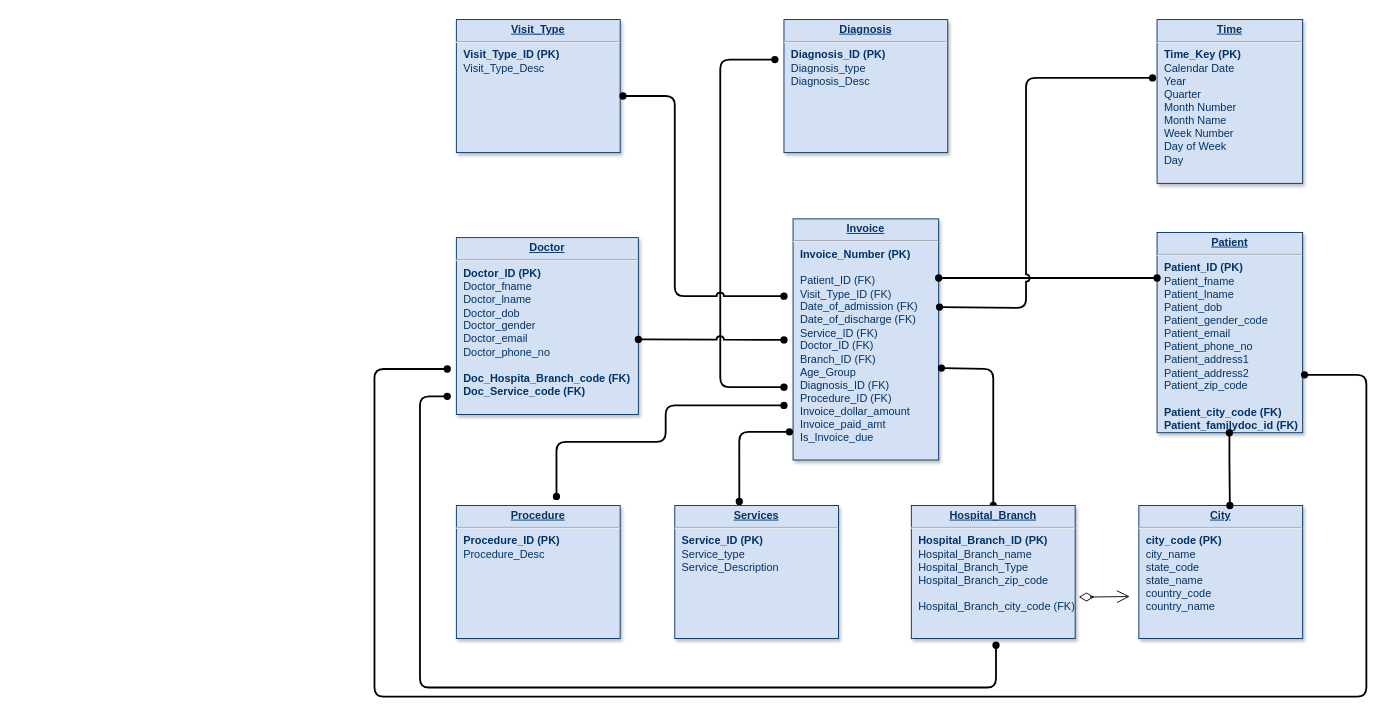
jyothsnagrace/6120 keeps this draw.io diagram as 234.drawio. Above is the earlier version. Source tidied: cells renumbered, new cells numbered last; positions are measured from the earlier drawing's top-left corner, leaving out a move shared by most shapes. Both pictures are drawn from the tidied source at 91%, with x=0, y=0 at pixel (19, 19).
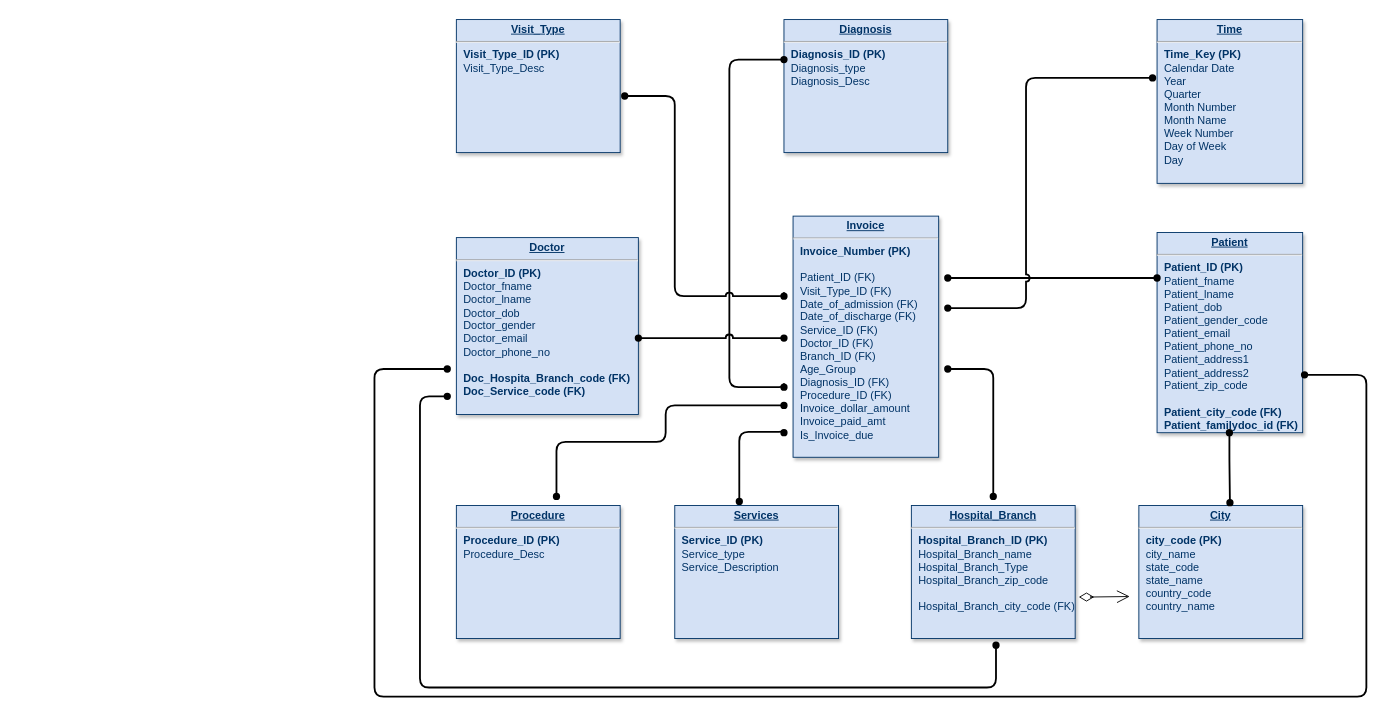
Above is the later version.

Unchanged cells that the change refers to:
```xml
<mxCell id="2" value="&lt;p style=&quot;margin: 0px; margin-top: 4px; text-align: center; text-decoration: underline;&quot;&gt;&lt;strong&gt;Time&lt;/strong&gt;&lt;/p&gt;&lt;hr&gt;&lt;p style=&quot;margin: 0px; margin-left: 8px;&quot;&gt;&lt;b&gt;Time_Key (PK)&lt;/b&gt;&lt;/p&gt;&lt;p style=&quot;border-color: var(--border-color); margin: 0px 0px 0px 8px;&quot;&gt;Calendar Date&lt;/p&gt;&lt;p style=&quot;margin: 0px; margin-left: 8px;&quot;&gt;Year&lt;/p&gt;&lt;p style=&quot;margin: 0px; margin-left: 8px;&quot;&gt;Quarter&lt;/p&gt;&lt;p style=&quot;margin: 0px; margin-left: 8px;&quot;&gt;Month Number&lt;br&gt;&lt;/p&gt;&lt;p style=&quot;margin: 0px; margin-left: 8px;&quot;&gt;Month Name&lt;/p&gt;&lt;p style=&quot;margin: 0px; margin-left: 8px;&quot;&gt;Week Number&lt;/p&gt;&lt;p style=&quot;margin: 0px; margin-left: 8px;&quot;&gt;Day of Week&lt;/p&gt;&lt;p style=&quot;margin: 0px; margin-left: 8px;&quot;&gt;Day&lt;/p&gt;&lt;p style=&quot;margin: 0px; margin-left: 8px;&quot;&gt;&lt;br&gt;&lt;span style=&quot;&quot;&gt;&amp;nbsp;&lt;/span&gt;&lt;/p&gt;" style="verticalAlign=top;align=left;overflow=fill;fontSize=12;fontFamily=Helvetica;html=1;strokeColor=#003366;shadow=1;fillColor=#D4E1F5;fontColor=#003366;" parent="1" vertex="1">
  <mxGeometry x="1250" width="160" height="180" as="geometry" />
</mxCell>
<mxCell id="8" value="&lt;p style=&quot;margin: 0px; margin-top: 4px; text-align: center; text-decoration: underline;&quot;&gt;&lt;strong&gt;Hospital_Branch&lt;/strong&gt;&lt;/p&gt;&lt;hr&gt;&lt;p style=&quot;margin: 0px; margin-left: 8px;&quot;&gt;&lt;b&gt;Hospital_Branch_ID (PK)&lt;/b&gt;&lt;/p&gt;&lt;p style=&quot;margin: 0px; margin-left: 8px;&quot;&gt;Hospital_Branch_name&lt;/p&gt;&lt;p style=&quot;margin: 0px; margin-left: 8px;&quot;&gt;Hospital_Branch_Type&lt;/p&gt;&lt;p style=&quot;border-color: var(--border-color); margin: 0px 0px 0px 8px;&quot;&gt;Hospital_Branch_zip_code&lt;br style=&quot;border-color: var(--border-color);&quot;&gt;&lt;/p&gt;&lt;p style=&quot;border-color: var(--border-color); margin: 0px 0px 0px 8px;&quot;&gt;&lt;br style=&quot;border-color: var(--border-color);&quot;&gt;&lt;/p&gt;&lt;p style=&quot;margin: 0px; margin-left: 8px;&quot;&gt;Hospital_Branch_city_code (FK)&lt;/p&gt;" style="verticalAlign=top;align=left;overflow=fill;fontSize=12;fontFamily=Helvetica;html=1;strokeColor=#003366;shadow=1;fillColor=#D4E1F5;fontColor=#003366;" parent="1" vertex="1">
  <mxGeometry x="980" y="534" width="180" height="146.2" as="geometry" />
</mxCell>
<mxCell id="10" value="&lt;p style=&quot;margin: 0px ; margin-top: 4px ; text-align: center ; text-decoration: underline&quot;&gt;&lt;strong&gt;Services&lt;/strong&gt;&lt;/p&gt;&lt;hr&gt;&lt;p style=&quot;margin: 0px ; margin-left: 8px&quot;&gt;&lt;b&gt;Service_ID (PK)&lt;/b&gt;&lt;/p&gt;&lt;p style=&quot;margin: 0px ; margin-left: 8px&quot;&gt;Service_type&lt;/p&gt;&lt;p style=&quot;margin: 0px ; margin-left: 8px&quot;&gt;Service_Description&lt;/p&gt;&lt;p style=&quot;margin: 0px ; margin-left: 8px&quot;&gt;&lt;br&gt;&lt;/p&gt;&lt;p style=&quot;margin: 0px ; margin-left: 8px&quot;&gt;&lt;br&gt;&lt;/p&gt;" style="verticalAlign=top;align=left;overflow=fill;fontSize=12;fontFamily=Helvetica;html=1;strokeColor=#003366;shadow=1;fillColor=#D4E1F5;fontColor=#003366;" parent="1" vertex="1">
  <mxGeometry x="720" y="534" width="180" height="146.2" as="geometry" />
</mxCell>
<mxCell id="13" value="&lt;p style=&quot;margin: 0px; margin-top: 4px; text-align: center; text-decoration: underline;&quot;&gt;&lt;strong&gt;City&lt;/strong&gt;&lt;/p&gt;&lt;hr&gt;&lt;p style=&quot;margin: 0px; margin-left: 8px;&quot;&gt;&lt;span style=&quot;background-color: initial;&quot;&gt;&lt;b&gt;city_code (PK)&lt;/b&gt;&lt;/span&gt;&lt;br&gt;&lt;/p&gt;&lt;p style=&quot;margin: 0px; margin-left: 8px;&quot;&gt;city_name&lt;br&gt;&lt;/p&gt;&lt;p style=&quot;margin: 0px; margin-left: 8px;&quot;&gt;state_code&lt;/p&gt;&lt;p style=&quot;margin: 0px; margin-left: 8px;&quot;&gt;state_name&lt;/p&gt;&lt;p style=&quot;margin: 0px; margin-left: 8px;&quot;&gt;country_code&lt;br&gt;&lt;/p&gt;&lt;p style=&quot;margin: 0px; margin-left: 8px;&quot;&gt;country_name&lt;/p&gt;&lt;p style=&quot;margin: 0px; margin-left: 8px;&quot;&gt;&lt;br&gt;&lt;/p&gt;&lt;p style=&quot;margin: 0px; margin-left: 8px;&quot;&gt;&lt;br&gt;&lt;span style=&quot;white-space: pre;&quot;&gt;&amp;nbsp;&lt;/span&gt;&lt;br&gt;&lt;/p&gt;" style="verticalAlign=top;align=left;overflow=fill;fontSize=12;fontFamily=Helvetica;html=1;strokeColor=#003366;shadow=1;fillColor=#D4E1F5;fontColor=#003366;" parent="1" vertex="1">
  <mxGeometry x="1230" y="534" width="180" height="146.2" as="geometry" />
</mxCell>
```

What changed in the source:
```diff
@@
     <mxCell id="3" value="&lt;p style=&quot;margin: 0px; margin-top: 4px; text-align: center; text-decoration: underline;&quot;&gt;&lt;strong&gt;Invoice&lt;/strong&gt;&lt;/p&gt;&lt;hr&gt;&lt;p style=&quot;margin: 0px; margin-left: 8px;&quot;&gt;&lt;b&gt;Invoice_Number (PK)&lt;/b&gt;&lt;/p&gt;&lt;p style=&quot;margin: 0px; margin-left: 8px;&quot;&gt;&lt;br&gt;&lt;/p&gt;&lt;p style=&quot;margin: 0px; margin-left: 8px;&quot;&gt;Patient_ID (FK)&lt;/p&gt;&lt;p style=&quot;margin: 0px; margin-left: 8px;&quot;&gt;Visit_Type_ID (FK)&lt;/p&gt;&lt;p style=&quot;margin: 0px; margin-left: 8px;&quot;&gt;Date_of_admission (FK)&lt;/p&gt;&lt;p style=&quot;margin: 0px; margin-left: 8px;&quot;&gt;Date_of_discharge (FK)&lt;/p&gt;&lt;p style=&quot;margin: 0px; margin-left: 8px;&quot;&gt;Service_ID (FK)&lt;/p&gt;&lt;p style=&quot;border-color: var(--border-color); margin: 0px 0px 0px 8px;&quot;&gt;Doctor_ID (FK)&lt;br style=&quot;border-color: var(--border-color);&quot;&gt;&lt;/p&gt;&lt;p style=&quot;border-color: var(--border-color); margin: 0px 0px 0px 8px;&quot;&gt;Branch_ID (FK)&lt;/p&gt;&lt;p style=&quot;border-color: var(--border-color); margin: 0px 0px 0px 8px;&quot;&gt;Age_Group&lt;/p&gt;&lt;p style=&quot;border-color: var(--border-color); margin: 0px 0px 0px 8px;&quot;&gt;Diagnosis_ID (FK)&lt;/p&gt;&lt;p style=&quot;border-color: var(--border-color); margin: 0px 0px 0px 8px;&quot;&gt;Procedure_ID (FK)&lt;/p&gt;&lt;p style=&quot;border-color: var(--border-color); margin: 0px 0px 0px 8px;&quot;&gt;Invoice_dollar_amount&lt;/p&gt;&lt;p style=&quot;border-color: var(--border-color); margin: 0px 0px 0px 8px;&quot;&gt;Invoice_paid_amt&lt;/p&gt;&lt;p style=&quot;border-color: var(--border-color); margin: 0px 0px 0px 8px;&quot;&gt;Is_Invoice_due&lt;/p&gt;&lt;p style=&quot;border-color: var(--border-color); margin: 0px 0px 0px 8px;&quot;&gt;&lt;br&gt;&lt;/p&gt;&lt;p style=&quot;border-color: var(--border-color); margin: 0px 0px 0px 8px;&quot;&gt;&lt;br&gt;&lt;/p&gt;&lt;p style=&quot;border-color: var(--border-color); margin: 0px 0px 0px 8px;&quot;&gt;&lt;br&gt;&lt;/p&gt;" style="verticalAlign=top;align=left;overflow=fill;fontSize=12;fontFamily=Helvetica;html=1;strokeColor=#003366;shadow=1;fillColor=#D4E1F5;fontColor=#003366;" parent="1" vertex="1">
-      <mxGeometry x="850" y="219" width="160" height="265" as="geometry" />
+      <mxGeometry x="850" y="216" width="160" height="265" as="geometry" />
     </mxCell>
@@
-    <mxCell id="7" style="edgeStyle=orthogonalEdgeStyle;rounded=1;jettySize=auto;startArrow=oval;startFill=1;curved=0;endSize=6;startSize=6;endArrow=oval;exitX=1.019;exitY=0.619;exitDx=0;exitDy=0;fontSize=11;align=center;verticalAlign=middle;fillColor=#D4E1F5;strokeColor=default;fontColor=default;labelBackgroundColor=default;shadow=0;exitPerimeter=0;strokeWidth=2;endFill=1;entryX=0.5;entryY=0;entryDx=0;entryDy=0;" parent="1" edge="1" source="3" target="8">
+    <mxCell id="7" style="edgeStyle=orthogonalEdgeStyle;rounded=1;orthogonalLoop=0;jettySize=auto;startArrow=oval;startFill=1;curved=0;endSize=6;startSize=6;endArrow=oval;fontSize=11;align=center;verticalAlign=middle;fillColor=#D4E1F5;strokeColor=default;fontColor=default;labelBackgroundColor=default;shadow=0;strokeWidth=2;endFill=1;" parent="1" edge="1">
       <mxGeometry relative="1" as="geometry">
+        <mxPoint x="1020" y="384" as="sourcePoint" />
+        <mxPoint x="1070" y="524" as="targetPoint" />
         <Array as="points">
           <mxPoint x="1070" y="384" />
         </Array>
       </mxGeometry>
     </mxCell>
@@
     <mxCell id="11" style="endArrow=oval;endSize=6;startArrow=oval;startSize=6;startFill=1;edgeStyle=orthogonalEdgeStyle;strokeWidth=2;endFill=1;fillColor=#D4E1F5;shadow=0;" parent="1" edge="1">
       <mxGeometry x="1389.4" y="130" as="geometry">
-        <mxPoint x="1010" y="284" as="sourcePoint" />
+        <mxPoint x="1020" y="284" as="sourcePoint" />
         <mxPoint x="1250" y="284" as="targetPoint" />
         <Array as="points">
-          <mxPoint x="1080" y="284" />
-          <mxPoint x="1080" y="284" />
+          <mxPoint x="1130" y="284" />
+          <mxPoint x="1130" y="284" />
         </Array>
       </mxGeometry>
     </mxCell>
@@
-    <mxCell id="16" style="endArrow=oval;endSize=6;startArrow=oval;startSize=6;startFill=1;edgeStyle=orthogonalEdgeStyle;entryX=-0.031;entryY=0.356;entryDx=0;entryDy=0;entryPerimeter=0;exitX=1.006;exitY=0.366;exitDx=0;exitDy=0;exitPerimeter=0;strokeWidth=2;endFill=1;fillColor=#D4E1F5;shadow=0;jumpStyle=arc;" parent="1" edge="1" source="3" target="2">
+    <mxCell id="16" style="endArrow=oval;endSize=6;startArrow=oval;startSize=6;startFill=1;edgeStyle=orthogonalEdgeStyle;entryX=-0.031;entryY=0.356;entryDx=0;entryDy=0;entryPerimeter=0;strokeWidth=2;endFill=1;fillColor=#D4E1F5;shadow=0;jumpStyle=arc;" parent="1" edge="1" target="2">
       <mxGeometry x="1389.4" y="130" as="geometry">
+        <mxPoint x="1020" y="317" as="sourcePoint" />
         <Array as="points">
-          <mxPoint x="1030" y="316" />
+          <mxPoint x="1030" y="317" />
           <mxPoint x="1030" y="317" />
           <mxPoint x="1106" y="317" />
           <mxPoint x="1106" y="64" />
         </Array>
       </mxGeometry>
     </mxCell>
     <mxCell id="17" style="endArrow=oval;endSize=6;startArrow=oval;startSize=6;startFill=1;edgeStyle=orthogonalEdgeStyle;strokeWidth=2;endFill=1;fillColor=#D4E1F5;shadow=0;" parent="1" edge="1">
       <mxGeometry x="1389.4" y="130" as="geometry">
         <mxPoint x="840" y="404" as="sourcePoint" />
-        <mxPoint x="830" y="44" as="targetPoint" />
+        <mxPoint x="840" y="44" as="targetPoint" />
         <Array as="points">
-          <mxPoint x="770" y="404" />
-          <mxPoint x="770" y="44" />
+          <mxPoint x="840" y="400" />
+          <mxPoint x="840" y="404" />
+          <mxPoint x="780" y="404" />
+          <mxPoint x="780" y="44" />
         </Array>
       </mxGeometry>
     </mxCell>
-    <mxCell id="18" style="endArrow=oval;endSize=6;startArrow=oval;startSize=6;startFill=1;edgeStyle=orthogonalEdgeStyle;exitX=1.017;exitY=0.397;exitDx=0;exitDy=0;exitPerimeter=0;strokeWidth=2;endFill=1;fillColor=#D4E1F5;shadow=0;jumpStyle=arc;" parent="1" edge="1">
+    <mxCell id="18" style="endArrow=oval;endSize=6;startArrow=oval;startSize=6;startFill=1;edgeStyle=orthogonalEdgeStyle;strokeWidth=2;endFill=1;fillColor=#D4E1F5;shadow=0;jumpStyle=arc;" parent="1" edge="1">
       <mxGeometry x="1389.4" y="130" as="geometry">
-        <mxPoint x="840" y="304" as="sourcePoint" />
-        <mxPoint x="663.1" y="84" as="targetPoint" />
+        <mxPoint x="665" y="84" as="sourcePoint" />
+        <mxPoint x="840" y="304" as="targetPoint" />
         <Array as="points">
+          <mxPoint x="720" y="84" />
           <mxPoint x="720" y="304" />
-          <mxPoint x="720" y="84" />
+          <mxPoint x="840" y="304" />
+          <mxPoint x="840" y="300" />
         </Array>
       </mxGeometry>
     </mxCell>
@@
-    <mxCell id="20" style="endArrow=oval;endSize=6;startArrow=oval;startSize=6;startFill=1;edgeStyle=orthogonalEdgeStyle;entryX=0.394;entryY=-0.031;entryDx=0;entryDy=0;entryPerimeter=0;exitX=-0.025;exitY=0.883;exitDx=0;exitDy=0;exitPerimeter=0;strokeWidth=2;endFill=1;fillColor=#D4E1F5;shadow=0;" parent="1" edge="1" source="3" target="10">
+    <mxCell id="20" style="endArrow=oval;endSize=6;startArrow=oval;startSize=6;startFill=1;edgeStyle=orthogonalEdgeStyle;entryX=0.394;entryY=-0.031;entryDx=0;entryDy=0;entryPerimeter=0;strokeWidth=2;endFill=1;fillColor=#D4E1F5;shadow=0;" parent="1" edge="1" target="10">
       <mxGeometry x="1389.4" y="130" as="geometry">
+        <mxPoint x="840" y="454" as="sourcePoint" />
         <Array as="points">
           <mxPoint x="791" y="453" />
         </Array>
       </mxGeometry>
     </mxCell>
@@
-    <mxCell id="22" style="endArrow=oval;endSize=6;startArrow=oval;startSize=6;startFill=1;edgeStyle=orthogonalEdgeStyle;endFill=1;strokeWidth=2;fillColor=#D4E1F5;shadow=0;" parent="1" edge="1">
+    <mxCell id="22" style="endArrow=oval;endSize=6;startArrow=oval;startSize=6;startFill=1;edgeStyle=orthogonalEdgeStyle;endFill=1;strokeWidth=2;fillColor=#D4E1F5;shadow=0;entryX=0.556;entryY=-0.021;entryDx=0;entryDy=0;entryPerimeter=0;" parent="1" edge="1" target="13">
       <mxGeometry x="1389.4" y="130" as="geometry">
         <mxPoint x="1329.5" y="454" as="sourcePoint" />
-        <mxPoint x="1330" y="534" as="targetPoint" />
         <Array as="points">
           <mxPoint x="1330" y="484" />
         </Array>
       </mxGeometry>
     </mxCell>
@@
     <mxCell id="25" style="endArrow=oval;endSize=6;startArrow=oval;startSize=6;startFill=1;edgeStyle=orthogonalEdgeStyle;entryX=0.006;entryY=0.287;entryDx=0;entryDy=0;entryPerimeter=0;strokeWidth=2;endFill=1;fillColor=#D4E1F5;shadow=0;jumpStyle=arc;" parent="1" edge="1">
       <mxGeometry x="1389.4" y="130" as="geometry">
-        <mxPoint x="840" y="352" as="sourcePoint" />
-        <mxPoint x="680" y="351.5" as="targetPoint" />
-        <Array as="points">
-          <mxPoint x="827" y="352.5" />
-          <mxPoint x="827" y="351.5" />
-        </Array>
+        <mxPoint x="840" y="350" as="sourcePoint" />
+        <mxPoint x="680" y="350" as="targetPoint" />
       </mxGeometry>
     </mxCell>
```
